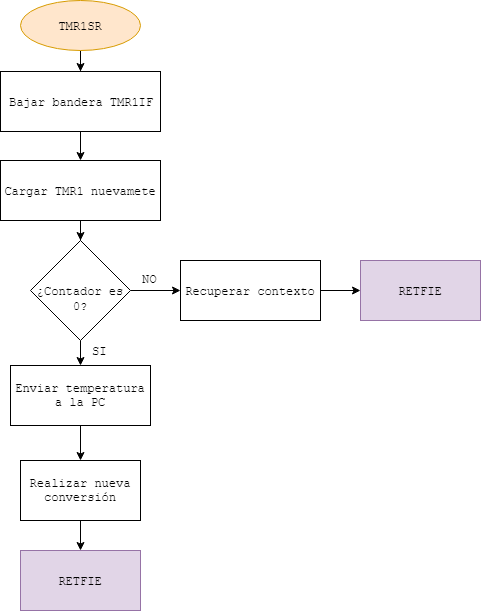
This is TP Final/Diagramas/TMR1.png from tomasspi/EDII, a draw.io export, as it was before one commit. Source tidied: cells renumbered, new cells last; positions are measured from the earlier drawing's top-left corner, leaving out a move shared by most shapes. The source it was exported from:
```xml
<mxGraphModel>
  <root>
    <mxCell id="0" />
    <mxCell id="1" parent="0" />
    <mxCell id="2" style="edgeStyle=orthogonalEdgeStyle;rounded=0;jettySize=auto;html=1;entryX=0.5;entryY=0;entryDx=0;entryDy=0;fontFamily=Courier New;" parent="1" edge="1" source="3" target="5">
      <mxGeometry relative="1" as="geometry" />
    </mxCell>
    <mxCell id="3" value="&lt;font face=&quot;Courier New&quot;&gt;TMR1SR&lt;/font&gt;" style="ellipse;whiteSpace=wrap;html=1;fillColor=#ffe6cc;strokeColor=#d79b00;" parent="1" vertex="1">
      <mxGeometry x="20" width="120" height="50" as="geometry" />
    </mxCell>
    <mxCell id="4" style="edgeStyle=orthogonalEdgeStyle;rounded=0;jettySize=auto;html=1;entryX=0.5;entryY=0;entryDx=0;entryDy=0;fontFamily=Courier New;" parent="1" edge="1" source="5" target="7">
      <mxGeometry relative="1" as="geometry" />
    </mxCell>
    <mxCell id="5" value="&lt;font face=&quot;Courier New&quot;&gt;Bajar bandera TMR1IF&lt;/font&gt;" style="rounded=0;whiteSpace=wrap;html=1;" parent="1" vertex="1">
      <mxGeometry y="71" width="160" height="60" as="geometry" />
    </mxCell>
    <mxCell id="6" style="edgeStyle=orthogonalEdgeStyle;rounded=0;jettySize=auto;html=1;entryX=0.5;entryY=0;entryDx=0;entryDy=0;fontFamily=Courier New;" parent="1" edge="1" source="7" target="10">
      <mxGeometry relative="1" as="geometry" />
    </mxCell>
    <mxCell id="7" value="&lt;font face=&quot;Courier New&quot;&gt;Cargar TMR1 nuevamete&lt;/font&gt;" style="rounded=0;whiteSpace=wrap;html=1;" parent="1" vertex="1">
      <mxGeometry y="160" width="160" height="60" as="geometry" />
    </mxCell>
    <mxCell id="8" style="edgeStyle=orthogonalEdgeStyle;rounded=0;jettySize=auto;html=1;fontFamily=Courier New;" parent="1" edge="1" source="10" target="12">
      <mxGeometry relative="1" as="geometry" />
    </mxCell>
    <mxCell id="9" style="edgeStyle=orthogonalEdgeStyle;rounded=0;jettySize=auto;html=1;entryX=0;entryY=0.5;entryDx=0;entryDy=0;fontFamily=Courier New;" parent="1" edge="1" source="10" target="15">
      <mxGeometry relative="1" as="geometry" />
    </mxCell>
    <mxCell id="10" value="&lt;font face=&quot;Courier New&quot;&gt;&lt;br&gt;¿Contador es 0?&lt;/font&gt;" style="rhombus;whiteSpace=wrap;html=1;" parent="1" vertex="1">
      <mxGeometry x="30" y="240" width="100" height="100" as="geometry" />
    </mxCell>
    <mxCell id="11" style="edgeStyle=orthogonalEdgeStyle;rounded=0;jettySize=auto;html=1;entryX=0.5;entryY=0;entryDx=0;entryDy=0;fontFamily=Courier New;" parent="1" edge="1" source="12" target="17">
      <mxGeometry relative="1" as="geometry" />
    </mxCell>
    <mxCell id="12" value="Enviar temperatura a la PC&lt;br&gt;" style="rounded=0;whiteSpace=wrap;html=1;fontFamily=Courier New;" parent="1" vertex="1">
      <mxGeometry x="10" y="365" width="140" height="60" as="geometry" />
    </mxCell>
    <mxCell id="13" value="&lt;font face=&quot;Courier New&quot;&gt;RETFIE&lt;br&gt;&lt;/font&gt;" style="rounded=0;whiteSpace=wrap;html=1;fillColor=#e1d5e7;strokeColor=#9673a6;" parent="1" vertex="1">
      <mxGeometry x="360" y="260" width="120" height="60" as="geometry" />
    </mxCell>
    <mxCell id="14" style="edgeStyle=orthogonalEdgeStyle;rounded=0;jettySize=auto;html=1;entryX=0;entryY=0.5;entryDx=0;entryDy=0;fontFamily=Courier New;" parent="1" edge="1" source="15" target="13">
      <mxGeometry relative="1" as="geometry" />
    </mxCell>
    <mxCell id="15" value="&lt;font face=&quot;Courier New&quot;&gt;Recuperar contexto&lt;/font&gt;" style="rounded=0;whiteSpace=wrap;html=1;" parent="1" vertex="1">
      <mxGeometry x="180" y="260" width="140" height="60" as="geometry" />
    </mxCell>
    <mxCell id="16" style="edgeStyle=orthogonalEdgeStyle;rounded=0;jettySize=auto;html=1;entryX=0.5;entryY=0;entryDx=0;entryDy=0;fontFamily=Courier New;" parent="1" edge="1" source="17" target="18">
      <mxGeometry relative="1" as="geometry" />
    </mxCell>
    <mxCell id="17" value="Realizar nueva conversión" style="rounded=0;whiteSpace=wrap;html=1;fontFamily=Courier New;" parent="1" vertex="1">
      <mxGeometry x="20" y="460" width="120" height="60" as="geometry" />
    </mxCell>
    <mxCell id="18" value="&lt;font face=&quot;Courier New&quot;&gt;RETFIE&lt;br&gt;&lt;/font&gt;" style="rounded=0;whiteSpace=wrap;html=1;fillColor=#e1d5e7;strokeColor=#9673a6;" parent="1" vertex="1">
      <mxGeometry x="20" y="550" width="120" height="60" as="geometry" />
    </mxCell>
    <mxCell id="19" value="NO" style="text;html=1;align=left;verticalAlign=top;spacingTop=-4;fontFamily=Courier New;" parent="1" vertex="1">
      <mxGeometry x="140" y="270" width="30" height="20" as="geometry" />
    </mxCell>
    <mxCell id="20" value="SI" style="text;html=1;align=left;verticalAlign=top;spacingTop=-4;fontFamily=Courier New;" parent="1" vertex="1">
      <mxGeometry x="90" y="342" width="30" height="20" as="geometry" />
    </mxCell>
  </root>
</mxGraphModel>
```
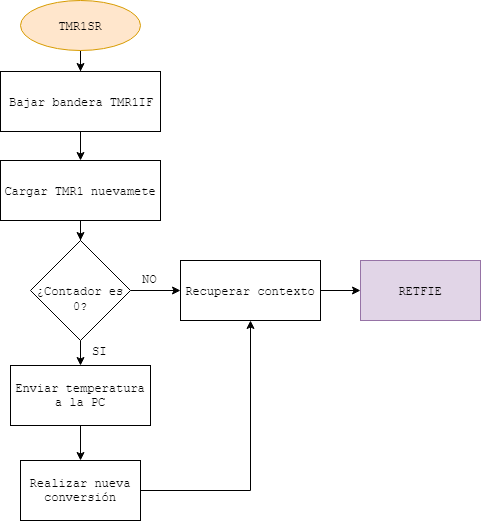
After the change.

Commit message:
Diagramas subidos. Revisar.

Change to the diagram source:
```diff
@@ -44,15 +44,12 @@
     <mxCell id="15" value="&lt;font face=&quot;Courier New&quot;&gt;Recuperar contexto&lt;/font&gt;" style="rounded=0;whiteSpace=wrap;html=1;" parent="1" vertex="1">
       <mxGeometry x="180" y="260" width="140" height="60" as="geometry" />
     </mxCell>
-    <mxCell id="16" style="edgeStyle=orthogonalEdgeStyle;rounded=0;jettySize=auto;html=1;entryX=0.5;entryY=0;entryDx=0;entryDy=0;fontFamily=Courier New;" parent="1" edge="1" source="17" target="18">
-      <mxGeometry relative="1" as="geometry" />
-    </mxCell>
+    <mxCell id="21" style="edgeStyle=orthogonalEdgeStyle;rounded=0;jettySize=auto;html=1;entryX=0.5;entryY=1;entryDx=0;entryDy=0;" parent="1" edge="1" source="17" target="15">
+      <mxGeometry relative="1" as="geometry" />
+    </mxCell>
     <mxCell id="17" value="Realizar nueva conversión" style="rounded=0;whiteSpace=wrap;html=1;fontFamily=Courier New;" parent="1" vertex="1">
       <mxGeometry x="20" y="460" width="120" height="60" as="geometry" />
     </mxCell>
-    <mxCell id="18" value="&lt;font face=&quot;Courier New&quot;&gt;RETFIE&lt;br&gt;&lt;/font&gt;" style="rounded=0;whiteSpace=wrap;html=1;fillColor=#e1d5e7;strokeColor=#9673a6;" parent="1" vertex="1">
-      <mxGeometry x="20" y="550" width="120" height="60" as="geometry" />
-    </mxCell>
     <mxCell id="19" value="NO" style="text;html=1;align=left;verticalAlign=top;spacingTop=-4;fontFamily=Courier New;" parent="1" vertex="1">
       <mxGeometry x="140" y="270" width="30" height="20" as="geometry" />
     </mxCell>
```
